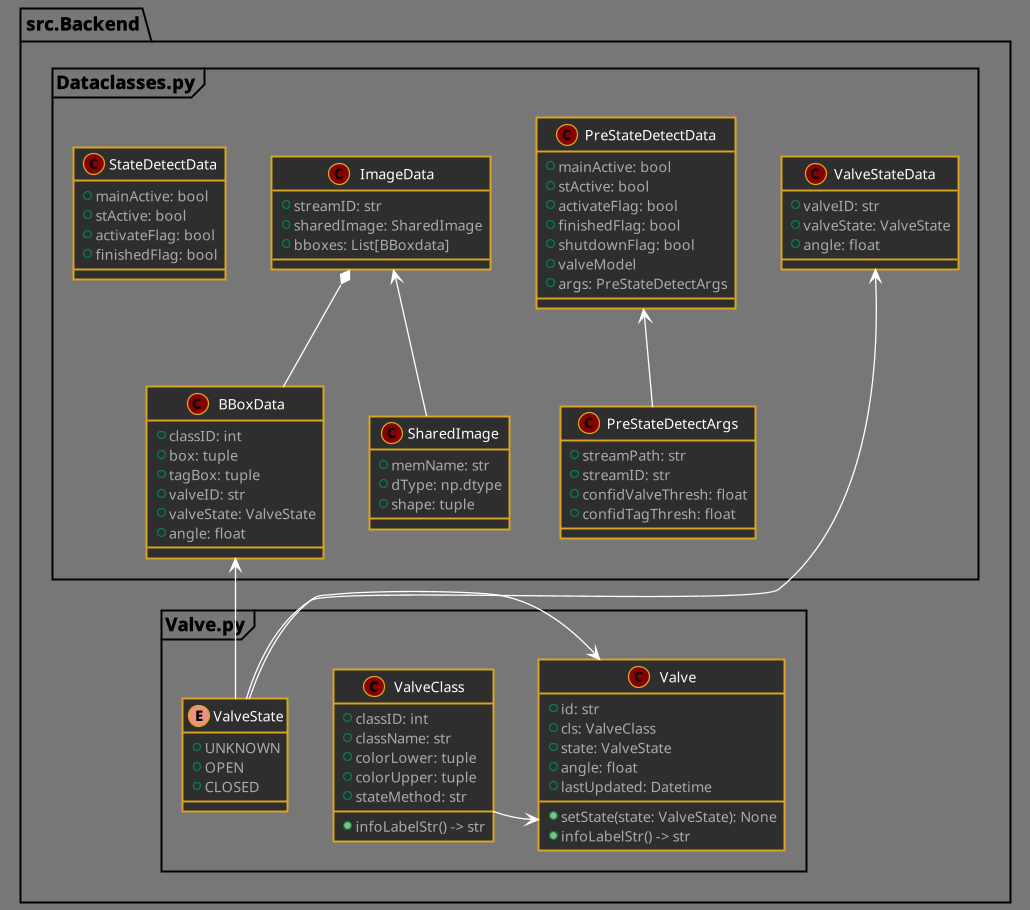
The PlantUML diagram docs/diagrams/out/classDiagram_models/classDiagram_models.png in kriap139/BachelorProsjekt_2022, before a commit. Its diagram source:
```plantuml
@startuml
!define DARKRED
!includeurl https://raw.githubusercontent.com/Drakemor/RedDress-PlantUML/master/style.puml
skinparam shadowing false
skinparam class {
    BorderColor goldenrod
}
scale 1.3

package src.Backend {

    package Valve.py <<Frame>> {
        enum ValveState {
            + UNKNOWN
            + OPEN
            + CLOSED
        }

        class ValveClass {
            + classID: int
            + className: str
            + colorLower: tuple
            + colorUpper: tuple
            + stateMethod: str

            + infoLabelStr() -> str
        }

        class Valve {
            + id: str
            + cls: ValveClass
            + state: ValveState
            + angle: float
            + lastUpdated: Datetime

            + setState(state: ValveState): None
            + infoLabelStr() -> str
        }
    }

    package Dataclasses.py <<Frame>> {
        class ValveStateData {
            + valveID: str
            + valveState: ValveState
            + angle: float
        }

        class BBoxData {
            + classID: int
            + box: tuple
            + tagBox: tuple
            + valveID: str
            + valveState: ValveState
            + angle: float
        }

        class SharedImage {
            + memName: str
            + dType: np.dtype
            + shape: tuple
        }

        class ImageData {
            + streamID: str
            + sharedImage: SharedImage
            + bboxes: List[BBoxdata]
        }

        class PreStateDetectArgs {
            + streamPath: str
            + streamID: str
            + confidValveThresh: float
            + confidTagThresh: float
        }

        class PreStateDetectData {
            + mainActive: bool
            + stActive: bool
            + activateFlag: bool
            + finishedFlag: bool
            + shutdownFlag: bool
            + valveModel
            + args: PreStateDetectArgs
        }

        class StateDetectData {
            + mainActive: bool
            + stActive: bool
            + activateFlag: bool
            + finishedFlag: bool
        }

    }
}

Valve <--up ValveClass
Valve <--left ValveState
ValveStateData <--ValveState
BBoxData <-- ValveState
ImageData <-- SharedImage
ImageData *-- BBoxData

PreStateDetectData <-- PreStateDetectArgs

Valve -[hidden]up- PreStateDetectArgs
ValveClass -[hidden]right- Valve

@enduml
```
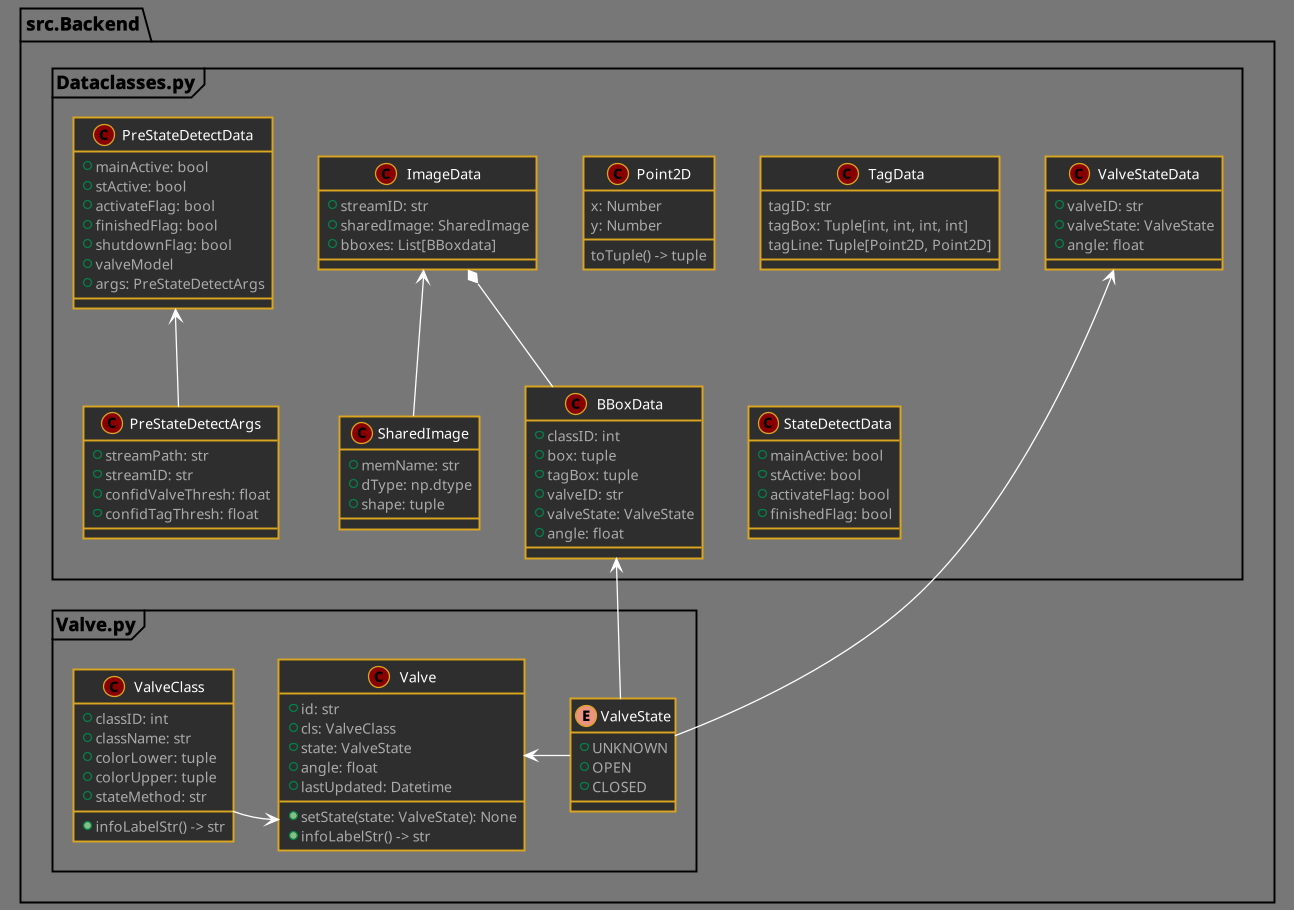
Later version of the same file.

What changed in the source:
```diff
@@ -83,6 +83,19 @@
             + args: PreStateDetectArgs
         }
 
+        class Point2D {
+            x: Number
+            y: Number
+
+            toTuple() -> tuple
+        }
+
+        class TagData {
+            tagID: str
+            tagBox: Tuple[int, int, int, int]
+            tagLine: Tuple[Point2D, Point2D]
+        }
+
         class StateDetectData {
             + mainActive: bool
             + stActive: bool
```
